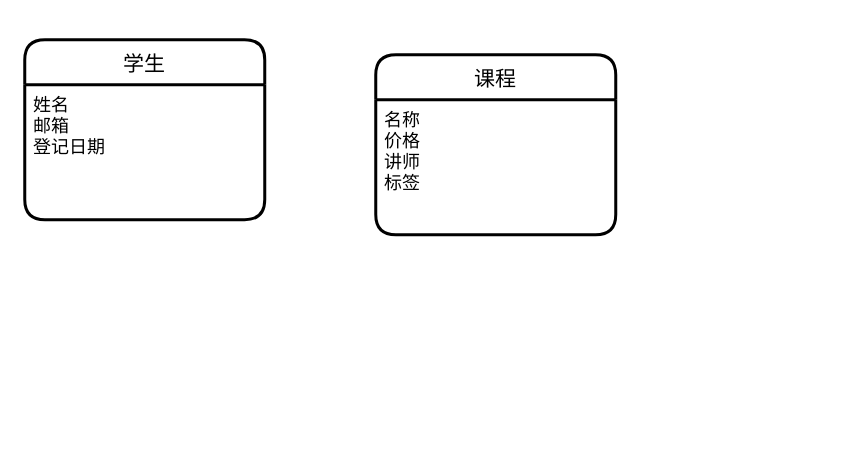
congrats7/congrats7 keeps this draw.io diagram as 未命名绘图.drawio. Above is the earlier version. Source tidied: cells renumbered, new cells numbered last; positions are measured from the earlier drawing's top-left corner, leaving out a move shared by most shapes. Both pictures are drawn from the tidied source at 150%, with x=0, y=0 at pixel (24, 39).
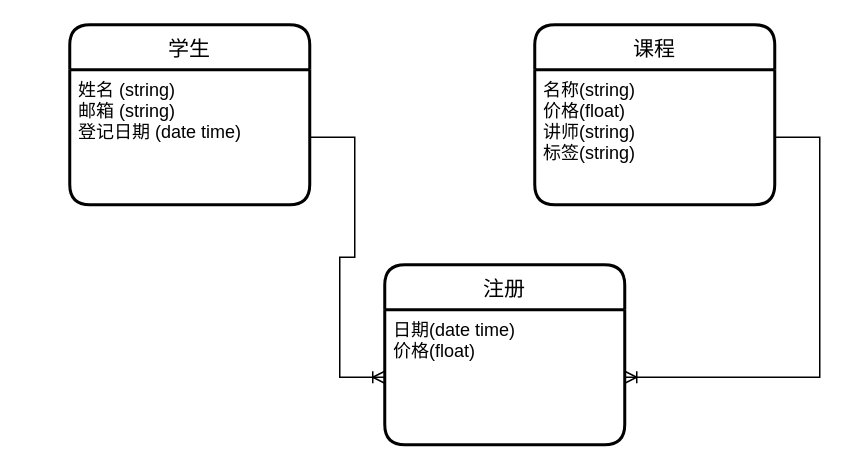
The same diagram, later.

Commit message:
学生网络选课购买.drawio

Change to the diagram source:
```diff
@@
 <mxGraphModel>
   <root>
     <mxCell id="0" />
     <mxCell id="1" parent="0" />
     <mxCell id="2" value="学生" style="swimlane;horizontal=1;startSize=30;rounded=1;fontSize=14;fontStyle=0;strokeWidth=2;shadow=0;dashed=0;align=center;" parent="1" vertex="1">
-      <mxGeometry width="160" height="120" as="geometry" />
+      <mxGeometry x="30" y="-10" width="160" height="120" as="geometry" />
     </mxCell>
-    <mxCell id="3" value="姓名&#10;邮箱&#10;登记日期" style="align=left;strokeColor=none;fillColor=none;spacingLeft=4;fontSize=12;verticalAlign=top;" parent="2" vertex="1">
+    <mxCell id="3" value="姓名 (string)&#10;邮箱 (string)&#10;登记日期 (date time)" style="align=left;strokeColor=none;fillColor=none;spacingLeft=4;fontSize=12;verticalAlign=top;" parent="2" vertex="1">
       <mxGeometry y="30" width="160" height="90" as="geometry" />
     </mxCell>
     <mxCell id="4" value="课程" style="swimlane;horizontal=1;startSize=30;rounded=1;fontSize=14;fontStyle=0;strokeWidth=2;shadow=0;dashed=0;align=center;" parent="1" vertex="1">
-      <mxGeometry x="234" y="10" width="160" height="120" as="geometry" />
+      <mxGeometry x="340" y="-10" width="160" height="120" as="geometry" />
     </mxCell>
-    <mxCell id="5" value="名称&#10;价格&#10;讲师&#10;标签&#10;" style="align=left;strokeColor=none;fillColor=none;spacingLeft=4;fontSize=12;verticalAlign=top;" parent="4" vertex="1">
+    <mxCell id="5" value="名称(string) &#10;价格(float)&#10;讲师(string)&#10;标签(string)&#10;" style="align=left;strokeColor=none;fillColor=none;spacingLeft=4;fontSize=12;verticalAlign=top;" parent="4" vertex="1">
       <mxGeometry y="30" width="160" height="90" as="geometry" />
     </mxCell>
+    <mxCell id="6" value="注册" style="swimlane;horizontal=1;startSize=30;rounded=1;fontSize=14;fontStyle=0;strokeWidth=2;shadow=0;dashed=0;align=center;" parent="1" vertex="1">
+      <mxGeometry x="240" y="150" width="160" height="120" as="geometry" />
+    </mxCell>
+    <mxCell id="7" value="日期(date time)&#10;价格(float)" style="align=left;strokeColor=none;fillColor=none;spacingLeft=4;fontSize=12;verticalAlign=top;" parent="6" vertex="1">
+      <mxGeometry y="30" width="160" height="90" as="geometry" />
+    </mxCell>
+    <mxCell id="8" style="edgeStyle=entityRelationEdgeStyle;fontSize=12;html=1;endArrow=ERoneToMany;rounded=0;" parent="1" edge="1" source="3" target="7">
+      <mxGeometry relative="1" as="geometry" />
+    </mxCell>
+    <mxCell id="9" style="edgeStyle=entityRelationEdgeStyle;fontSize=12;html=1;endArrow=ERoneToMany;rounded=0;" parent="1" edge="1" source="5" target="7">
+      <mxGeometry relative="1" as="geometry" />
+    </mxCell>
   </root>
 </mxGraphModel>
```
